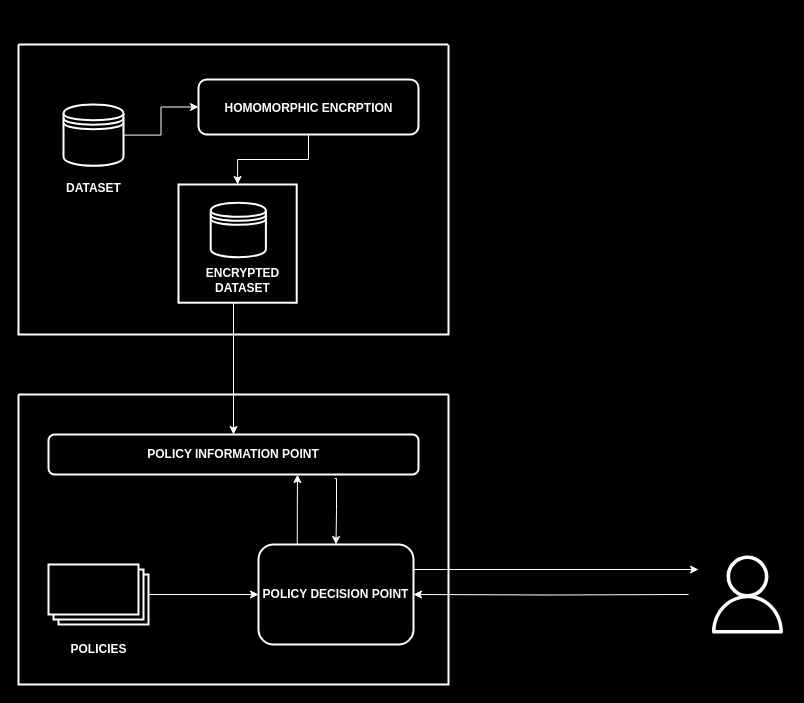
The draw.io diagram JERRY.drawio in CyberAakash/20BCS025, before the edit. Source tidied: cells renumbered, new cells numbered last; positions are measured from the earlier drawing's top-left corner, leaving out a move shared by most shapes. Both pictures are drawn from the tidied source at 100%, with x=0, y=0 at pixel (18, 44).
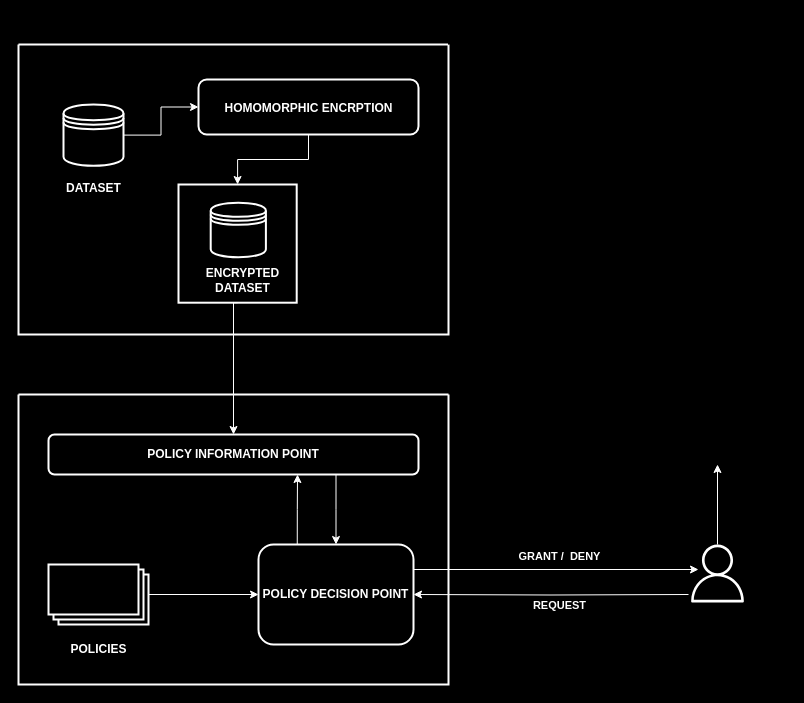
The same diagram, later.

Unchanged cells that the change refers to:
```xml
<mxCell id="16" style="edgeStyle=orthogonalEdgeStyle;rounded=0;jettySize=auto;html=1;entryX=1;entryY=0.5;entryDx=0;entryDy=0;strokeColor=#FFFFFF;" parent="1" edge="1" target="20">
  <mxGeometry relative="1" as="geometry">
    <mxPoint x="670" y="550" as="sourcePoint" />
  </mxGeometry>
</mxCell>
<mxCell id="19" style="swimlane;startSize=0;fillColor=#000000;strokeColor=#FFFFFF;strokeWidth=2;" parent="1" vertex="1">
  <mxGeometry y="350" width="430" height="290" as="geometry" />
</mxCell>
<mxCell id="20" value="&lt;b&gt;&lt;font color=&quot;#ffffff&quot;&gt;POLICY DECISION POINT&lt;/font&gt;&lt;br&gt;&lt;/b&gt;" style="rounded=1;whiteSpace=wrap;html=1;fillColor=none;strokeColor=#FFFFFF;strokeWidth=2;" parent="19" vertex="1">
  <mxGeometry x="240" y="150" width="155" height="100" as="geometry" />
</mxCell>
<mxCell id="22" value="&lt;b&gt;&lt;font color=&quot;#ffffff&quot;&gt;POLICY INFORMATION POINT&lt;/font&gt;&lt;br&gt;&lt;/b&gt;" style="rounded=1;whiteSpace=wrap;html=1;fillColor=none;strokeColor=#FFFFFF;strokeWidth=2;" parent="19" vertex="1">
  <mxGeometry x="30" y="40" width="370" height="40" as="geometry" />
</mxCell>
<mxCell id="29" style="edgeStyle=orthogonalEdgeStyle;rounded=0;jettySize=auto;html=1;exitX=1;exitY=0.25;exitDx=0;exitDy=0;strokeColor=#FFFFFF;" parent="1" edge="1" source="20">
  <mxGeometry relative="1" as="geometry">
    <mxPoint x="680" y="525" as="targetPoint" />
  </mxGeometry>
</mxCell>
```

What changed in the source:
```diff
@@
+    <mxCell id="30" value="&lt;b&gt;REQUEST&lt;/b&gt;" style="edgeLabel;html=1;align=center;verticalAlign=middle;absoluteArcSize=0;fillOpacity=100;fontColor=#FFFFFF;labelBackgroundColor=none;" parent="16" vertex="1">
+      <mxGeometry x="-0.21" relative="1" as="geometry">
+        <mxPoint x="-21" y="10" as="offset" />
+      </mxGeometry>
+    </mxCell>
+    <mxCell id="31" style="edgeStyle=orthogonalEdgeStyle;rounded=0;jettySize=auto;html=1;entryX=0.5;entryY=1;entryDx=0;entryDy=0;strokeColor=#FFFFFF;" parent="1" edge="1" source="17">
+      <mxGeometry relative="1" as="geometry">
+        <mxPoint x="699" y="420" as="targetPoint" />
+      </mxGeometry>
+    </mxCell>
     <mxCell id="17" style="sketch=0;outlineConnect=0;fontColor=#232F3E;gradientColor=none;fillColor=#FFFFFF;strokeColor=#FFFFFF;dashed=0;verticalLabelPosition=bottom;verticalAlign=top;align=center;html=1;fontSize=12;fontStyle=0;shape=mxgraph.aws4.user;" parent="1" vertex="1">
-      <mxGeometry x="690" y="511" width="78" height="78" as="geometry" />
+      <mxGeometry x="670" y="500" width="58" height="58" as="geometry" />
     </mxCell>
@@
-    <mxCell id="21" style="edgeStyle=orthogonalEdgeStyle;rounded=0;jettySize=auto;html=1;entryX=0.5;entryY=0;entryDx=0;entryDy=0;exitX=0.773;exitY=1.1;exitDx=0;exitDy=0;exitPerimeter=0;strokeColor=#FFFFFF;" parent="19" edge="1" source="22" target="20">
+    <mxCell id="21" style="edgeStyle=orthogonalEdgeStyle;rounded=0;jettySize=auto;html=1;entryX=0.5;entryY=0;entryDx=0;entryDy=0;strokeColor=#FFFFFF;" parent="19" edge="1" source="22" target="20">
       <mxGeometry relative="1" as="geometry">
         <Array as="points">
-          <mxPoint x="318" y="84" />
           <mxPoint x="318" y="115" />
         </Array>
       </mxGeometry>
     </mxCell>
@@
+    <mxCell id="32" value="&lt;div&gt;&lt;b&gt;GRANT /&amp;nbsp; DENY&lt;/b&gt;&lt;/div&gt;" style="edgeLabel;html=1;align=center;verticalAlign=middle;labelBackgroundColor=none;fontColor=#FFFFFF;" parent="29" vertex="1">
+      <mxGeometry x="0.08" y="4" relative="1" as="geometry">
+        <mxPoint x="-8" y="-10" as="offset" />
+      </mxGeometry>
+    </mxCell>
```
